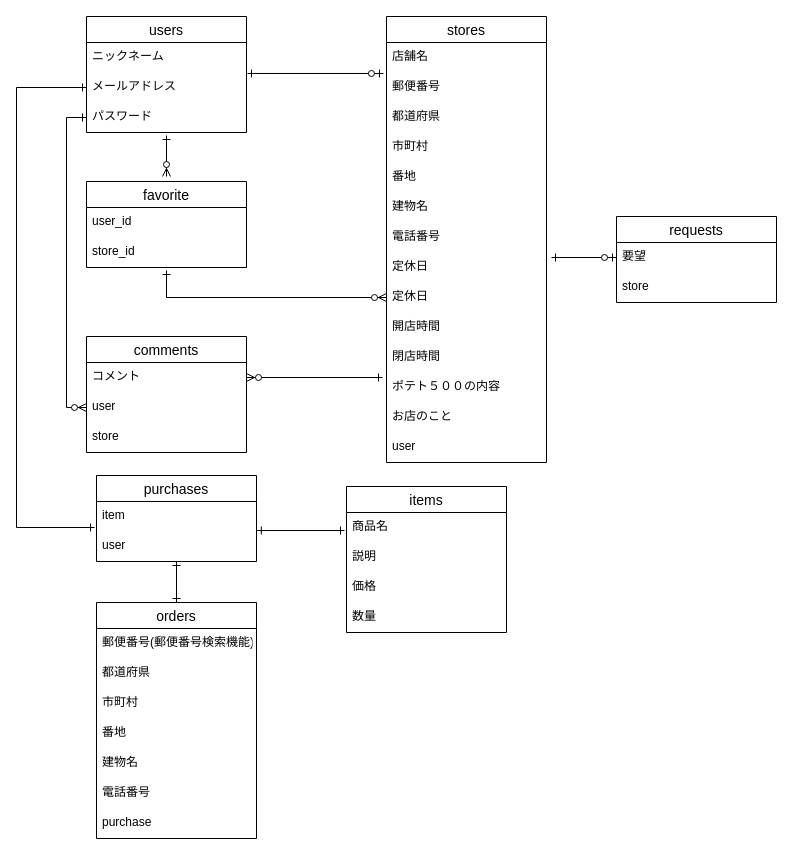
Above: poteto500.dio in KimFight/new_potato500 (draw.io), before the change. Source tidied: cells renumbered, new cells numbered last; positions are measured from the earlier drawing's top-left corner, leaving out a move shared by most shapes. Both pictures are drawn from the tidied source at 100%, with x=0, y=0 at pixel (16, 16).
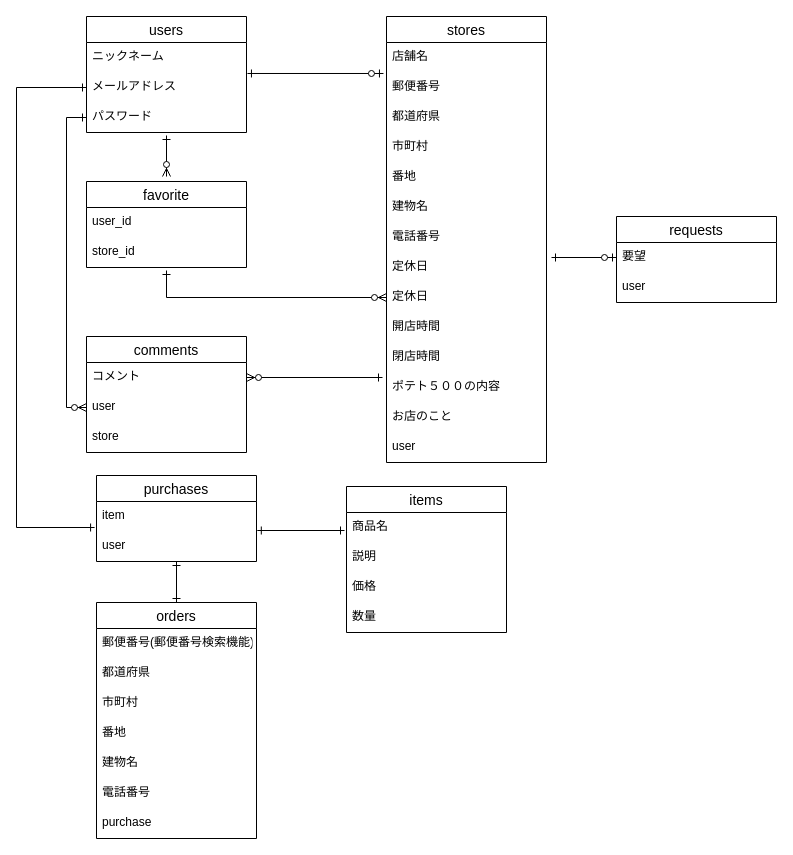
Above is the later version.

Unchanged cells that the change refers to:
```xml
<mxCell id="29" value="requests" style="swimlane;fontStyle=0;horizontal=1;startSize=26;align=center;fontSize=14;" parent="1" vertex="1">
  <mxGeometry x="600" y="200" width="160" height="86" as="geometry" />
</mxCell>
```

Change to the diagram source:
```diff
@@
-    <mxCell id="31" value="store" style="text;strokeColor=none;fillColor=none;spacingLeft=4;spacingRight=4;overflow=hidden;fontSize=12;" parent="29" vertex="1">
+    <mxCell id="31" value="user" style="text;strokeColor=none;fillColor=none;spacingLeft=4;spacingRight=4;overflow=hidden;fontSize=12;" parent="29" vertex="1">
       <mxGeometry y="56" width="160" height="30" as="geometry" />
     </mxCell>
```
